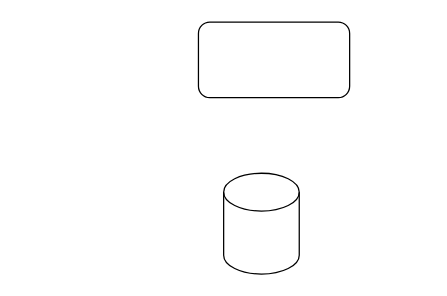
This is qwe.drawio from Reydan46/drawio, a draw.io file, before an edit. Source tidied: cells renumbered, new cells numbered last; positions are measured from the earlier drawing's top-left corner, leaving out a move shared by most shapes. Both pictures are drawn from the tidied source at 126%, with x=0, y=0 at pixel (198, 21).
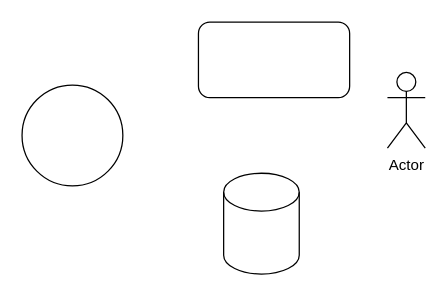
After the change.

Change to the diagram source:
```diff
@@
 <mxGraphModel>
   <root>
     <mxCell id="0" />
     <mxCell id="1" parent="0" />
     <mxCell id="2" style="rounded=1;whiteSpace=wrap;html=1;" parent="1" vertex="1">
       <mxGeometry width="120" height="60" as="geometry" />
     </mxCell>
     <mxCell id="3" style="shape=cylinder3;whiteSpace=wrap;html=1;boundedLbl=1;backgroundOutline=1;size=15;" parent="1" vertex="1">
       <mxGeometry x="20" y="120" width="60" height="80" as="geometry" />
     </mxCell>
+    <mxCell id="4" style="ellipse;whiteSpace=wrap;html=1;" parent="1" vertex="1">
+      <mxGeometry x="-140" y="50" width="80" height="80" as="geometry" />
+    </mxCell>
+    <mxCell id="5" value="Actor" style="shape=umlActor;verticalLabelPosition=bottom;verticalAlign=top;html=1;" parent="1" vertex="1">
+      <mxGeometry x="150" y="40" width="30" height="60" as="geometry" />
+    </mxCell>
   </root>
 </mxGraphModel>
```
